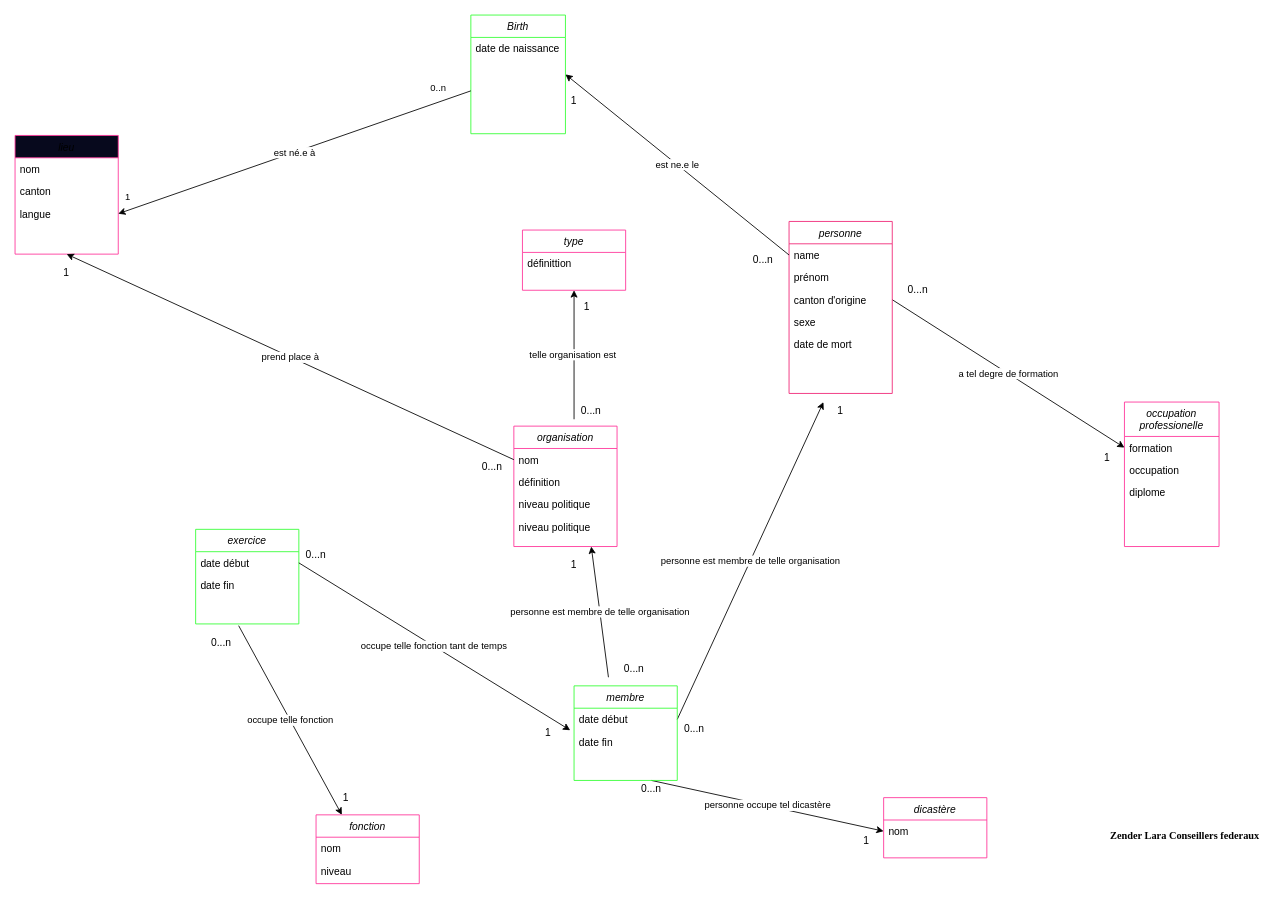
Above: MCD_to_database_conseil_federal.drawio in Sciences-historiques-numeriques/std_conseil_federal (draw.io), before the change. Source tidied: cells renumbered, new cells numbered last; positions are measured from the earlier drawing's top-left corner, leaving out a move shared by most shapes. Both pictures are drawn from the tidied source at 86%, with x=0, y=0 at pixel (15, 15).
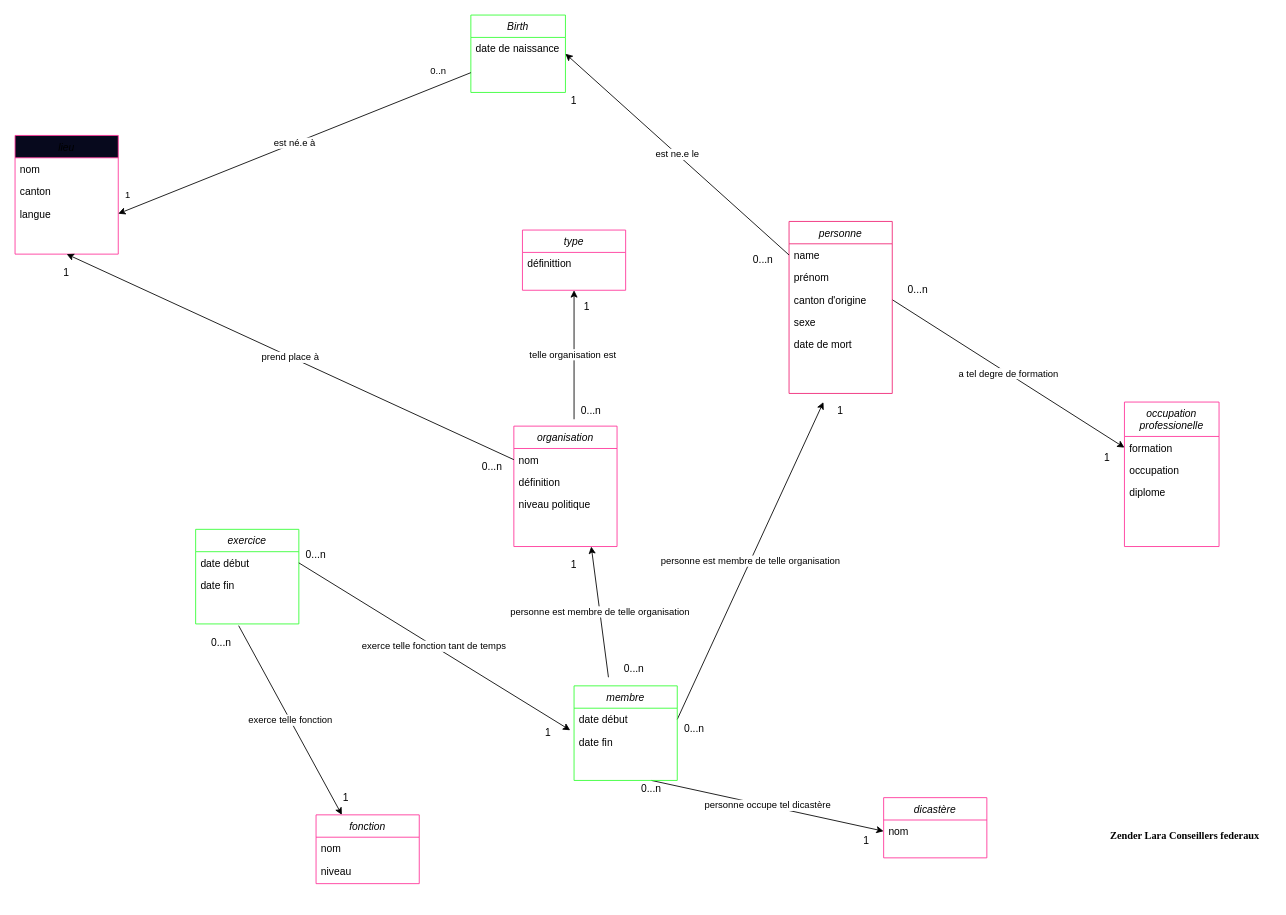
Above is the later version.

Commit message (it also covers changes not shown here):
mise a jour modele rationnel

The change refers to these unchanged cells:
```xml
<mxCell id="27" value="organisation" style="swimlane;fontStyle=2;align=center;verticalAlign=top;horizontal=1;startSize=26;rounded=0;shadow=0;strokeWidth=1;strokeColor=#FF3399;" parent="1" vertex="1">
  <mxGeometry x="580" y="478" width="120" height="140" as="geometry" />
</mxCell>
<mxCell id="41" value="date début" style="text;align=left;verticalAlign=top;spacingLeft=4;spacingRight=4;overflow=hidden;points=[[0,0.5],[1,0.5]];portConstraint=eastwest;" parent="40" vertex="1">
  <mxGeometry y="26" width="120" height="26" as="geometry" />
</mxCell>
<mxCell id="48" value="date début" style="text;align=left;verticalAlign=top;spacingLeft=4;spacingRight=4;overflow=hidden;points=[[0,0.5],[1,0.5]];portConstraint=eastwest;" parent="47" vertex="1">
  <mxGeometry y="26" width="120" height="26" as="geometry" />
</mxCell>
<mxCell id="51" value="fonction" style="swimlane;fontStyle=2;align=center;verticalAlign=top;horizontal=1;startSize=26;rounded=0;shadow=0;strokeWidth=1;strokeColor=#FF3399;" parent="1" vertex="1">
  <mxGeometry x="350" y="930" width="120" height="80" as="geometry" />
</mxCell>
```

Change to the diagram source:
```diff
@@
     <mxCell id="9" value="Birth" style="swimlane;fontStyle=2;align=center;verticalAlign=top;horizontal=1;startSize=26;rounded=0;shadow=0;strokeWidth=1;strokeColor=#33FF33;" parent="1" vertex="1">
-      <mxGeometry x="530" width="110" height="138" as="geometry" />
+      <mxGeometry x="530" width="110" height="90" as="geometry" />
     </mxCell>
@@
-    <mxCell id="32" value="niveau politique" style="text;align=left;verticalAlign=top;spacingLeft=4;spacingRight=4;overflow=hidden;rounded=0;shadow=0;html=0;" parent="27" vertex="1">
-      <mxGeometry y="104" width="120" height="26" as="geometry" />
-    </mxCell>
@@
-    <mxCell id="39" value="occupe telle fonction" style="edgeStyle=none;html=1;entryX=0.25;entryY=0;entryDx=0;entryDy=0;" parent="1" edge="1" target="51">
+    <mxCell id="39" value="exerce telle fonction" style="edgeStyle=none;html=1;entryX=0.25;entryY=0;entryDx=0;entryDy=0;" parent="1" edge="1" target="51">
       <mxGeometry relative="1" as="geometry">
         <mxPoint x="260" y="710" as="sourcePoint" />
       </mxGeometry>
     </mxCell>
@@
-    <mxCell id="63" value="occupe telle fonction tant de temps" style="edgeStyle=none;html=1;exitX=1;exitY=0.5;exitDx=0;exitDy=0;entryX=-0.037;entryY=0.985;entryDx=0;entryDy=0;entryPerimeter=0;" parent="1" edge="1" source="48" target="41">
+    <mxCell id="63" value="exerce telle fonction tant de temps" style="edgeStyle=none;html=1;exitX=1;exitY=0.5;exitDx=0;exitDy=0;entryX=-0.037;entryY=0.985;entryDx=0;entryDy=0;entryPerimeter=0;" parent="1" edge="1" source="48" target="41">
       <mxGeometry relative="1" as="geometry" />
     </mxCell>
```
